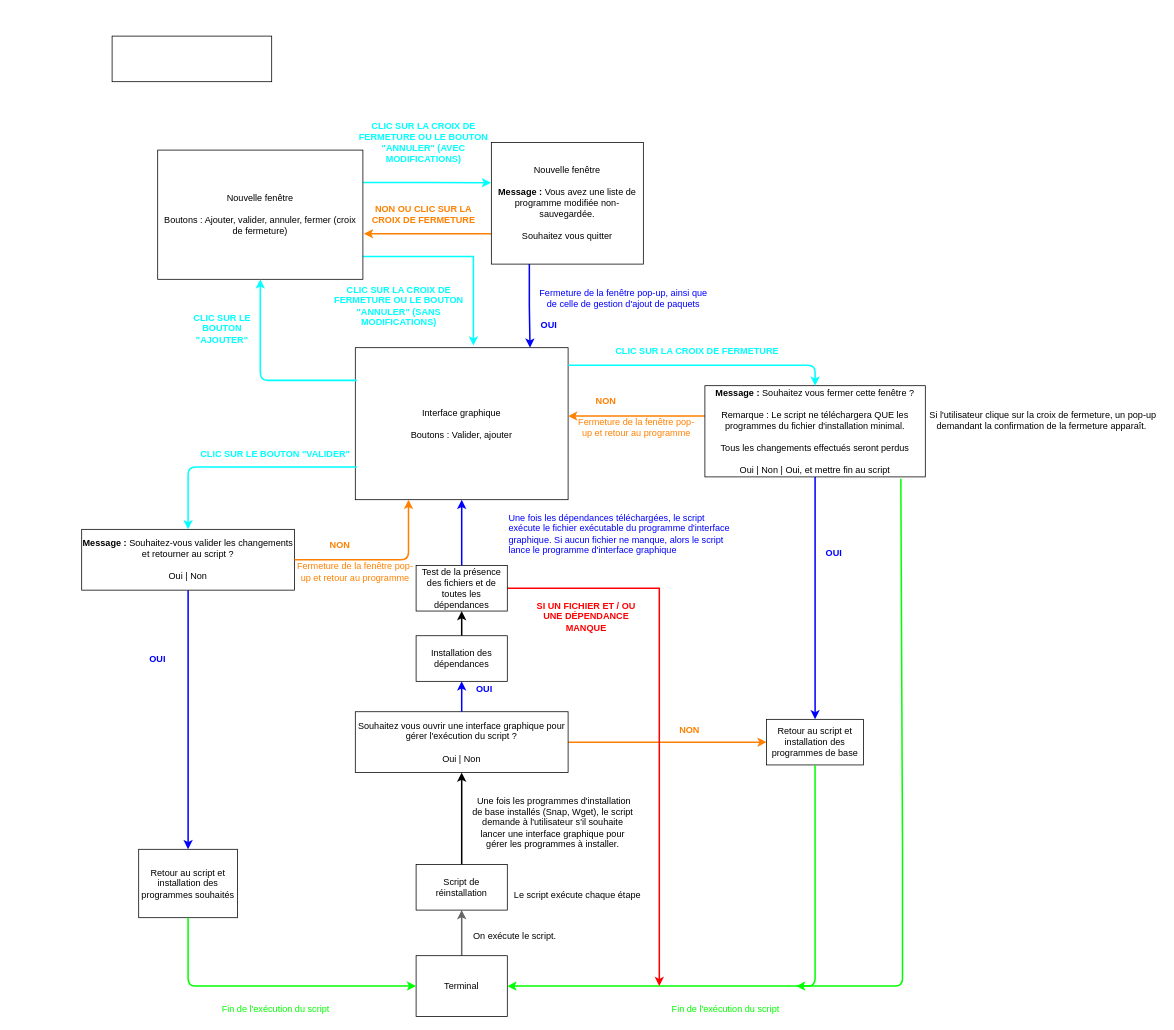
This is GUI/Interface graphique.drawio from DimitriObeid/Linux-reinstall, a draw.io file, before an edit. Source tidied: cells renumbered, new cells numbered last; positions are measured from the earlier drawing's top-left corner, leaving out a move shared by most shapes. Both pictures are drawn from the tidied source at 76%, with x=0, y=0 at pixel (81, 36).
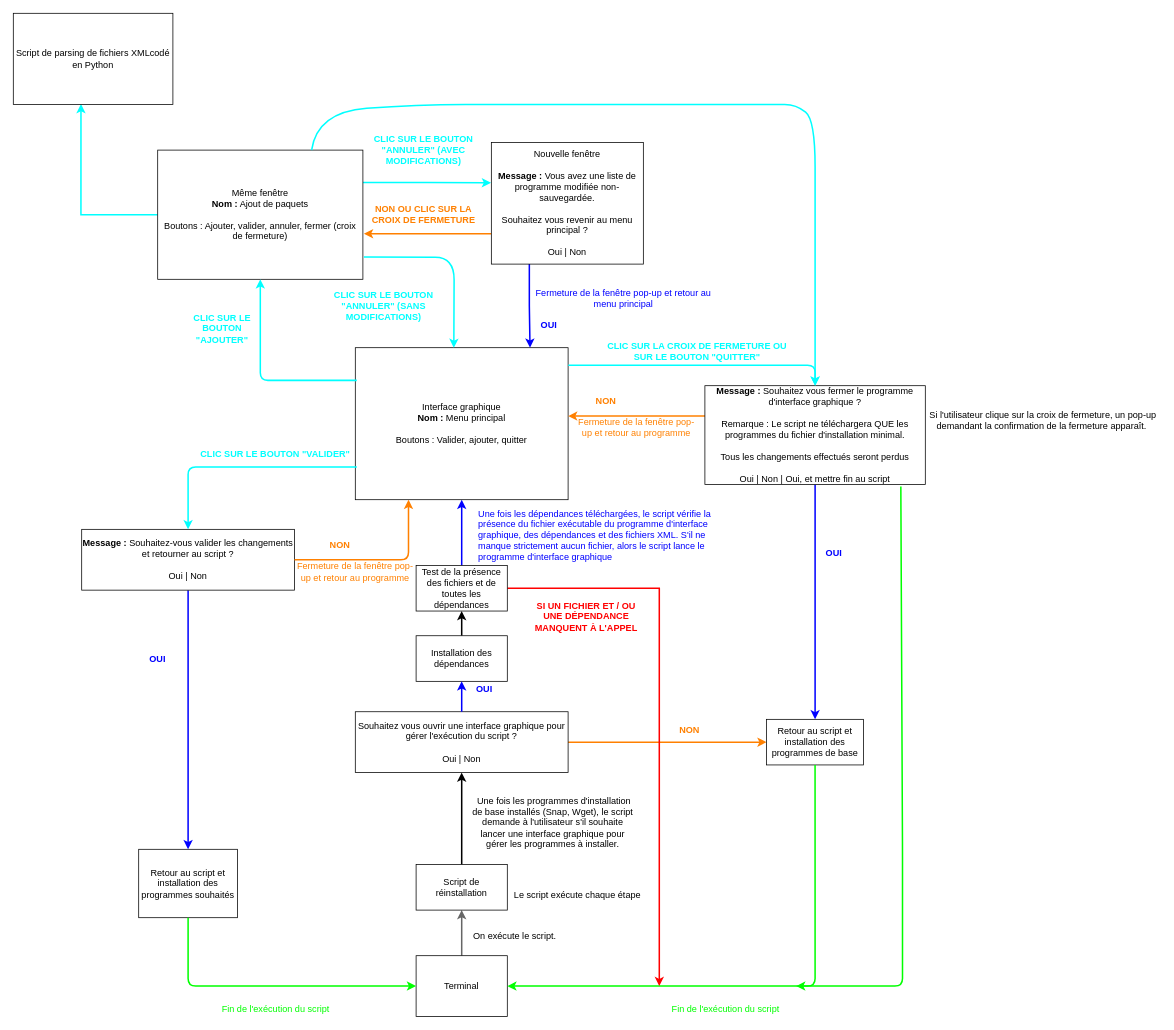
After the change.

Commit message (it also covers changes not shown here):
Ajout de l'extension ".txt" au fichier de code couleur, puis mise à jour du schéma

Diff of the diagram source:
```diff
@@
-    <mxCell id="10" value="Interface graphique&lt;br&gt;&lt;br&gt;Boutons : Valider, ajouter" style="rounded=0;whiteSpace=wrap;html=1;align=center;" parent="1" vertex="1">
+    <mxCell id="10" value="Interface graphique&lt;br&gt;&lt;b&gt;Nom :&lt;/b&gt; Menu principal&lt;br&gt;&lt;br&gt;Boutons : Valider, ajouter, quitter" style="rounded=0;whiteSpace=wrap;html=1;align=center;" parent="1" vertex="1">
       <mxGeometry x="360" y="410" width="280" height="200" as="geometry" />
     </mxCell>
@@
-    <mxCell id="12" value="&lt;font color=&quot;#0000ff&quot;&gt;Une fois les dépendances téléchargées, le script exécute le fichier exécutable du programme d'interface graphique. Si aucun fichier ne manque, alors le script lance le programme d'interface graphique&lt;/font&gt;" style="text;html=1;strokeColor=none;fillColor=none;align=left;verticalAlign=middle;whiteSpace=wrap;rounded=0;" parent="1" vertex="1">
-      <mxGeometry x="560" y="620" width="300" height="70" as="geometry" />
+    <mxCell id="12" value="&lt;font color=&quot;#0000ff&quot;&gt;Une fois les dépendances téléchargées, le script vérifie la présence du fichier exécutable du programme d'interface graphique, des dépendances et des fichiers XML. S'il ne manque strictement aucun fichier, alors le script lance le programme d'interface graphique&lt;/font&gt;" style="text;html=1;strokeColor=none;fillColor=none;align=left;verticalAlign=middle;whiteSpace=wrap;rounded=0;" parent="1" vertex="1">
+      <mxGeometry x="520" y="616.5" width="310" height="80" as="geometry" />
     </mxCell>
@@
-    <mxCell id="16" value="&lt;b&gt;Message :&lt;/b&gt; Souhaitez vous fermer cette fenêtre ?&lt;br&gt;&lt;br&gt;Remarque : Le script ne téléchargera QUE les programmes du fichier d'installation minimal.&lt;br&gt;&lt;br&gt;Tous les changements effectués seront perdus&lt;br&gt;&lt;br&gt;&lt;div&gt;Oui | Non | Oui, et mettre fin au script&lt;/div&gt;" style="rounded=0;whiteSpace=wrap;html=1;" parent="1" vertex="1">
-      <mxGeometry x="820" y="460" width="290" height="120" as="geometry" />
+    <mxCell id="16" value="&lt;b&gt;Message :&lt;/b&gt; Souhaitez vous fermer le programme d'interface graphique ?&lt;br&gt;&lt;br&gt;Remarque : Le script ne téléchargera QUE les programmes du fichier d'installation minimal.&lt;br&gt;&lt;br&gt;Tous les changements effectués seront perdus&lt;br&gt;&lt;br&gt;&lt;div&gt;Oui | Non | Oui, et mettre fin au script&lt;/div&gt;" style="rounded=0;whiteSpace=wrap;html=1;" parent="1" vertex="1">
+      <mxGeometry x="820" y="460" width="290" height="130" as="geometry" />
     </mxCell>
@@
-    <mxCell id="28" value="&lt;b&gt;&lt;font color=&quot;#00ffff&quot;&gt;CLIC SUR LA CROIX DE FERMETURE&lt;/font&gt;&lt;/b&gt;" style="text;html=1;strokeColor=none;fillColor=none;align=center;verticalAlign=middle;whiteSpace=wrap;rounded=0;" parent="1" vertex="1">
+    <mxCell id="28" value="&lt;b&gt;&lt;font color=&quot;#00ffff&quot;&gt;CLIC SUR LA CROIX DE FERMETURE OU SUR LE BOUTON &quot;QUITTER&quot;&lt;/font&gt;&lt;/b&gt;" style="text;html=1;strokeColor=none;fillColor=none;align=center;verticalAlign=middle;whiteSpace=wrap;rounded=0;" parent="1" vertex="1">
       <mxGeometry x="690" y="390" width="240" height="50" as="geometry" />
     </mxCell>
@@
-    <mxCell id="39" style="edgeStyle=orthogonalEdgeStyle;rounded=0;jettySize=auto;html=1;entryX=0.555;entryY=-0.014;entryDx=0;entryDy=0;entryPerimeter=0;strokeWidth=2;strokeColor=#00FFFF;" parent="1" edge="1" source="41" target="10">
-      <mxGeometry relative="1" as="geometry">
-        <Array as="points">
-          <mxPoint x="235" y="290" />
-          <mxPoint x="515" y="290" />
-        </Array>
-      </mxGeometry>
-    </mxCell>
@@
+    <mxCell id="60" style="edgeStyle=orthogonalEdgeStyle;rounded=0;jettySize=auto;html=1;strokeColor=#00FFFF;exitX=0;exitY=0.5;exitDx=0;exitDy=0;entryX=0.424;entryY=0.994;entryDx=0;entryDy=0;entryPerimeter=0;strokeWidth=2;" parent="1" edge="1" source="41" target="57">
+      <mxGeometry relative="1" as="geometry" />
+    </mxCell>
-    <mxCell id="41" value="Nouvelle fenêtre&lt;br&gt;&lt;br&gt;Boutons : Ajouter, valider, annuler, fermer (croix de fermeture)" style="rounded=0;whiteSpace=wrap;html=1;" parent="1" vertex="1">
+    <mxCell id="41" value="Même fenêtre&lt;br&gt;&lt;b&gt;Nom :&lt;/b&gt; Ajout de paquets&lt;br&gt;&lt;br&gt;Boutons : Ajouter, valider, annuler, fermer (croix de fermeture)" style="rounded=0;whiteSpace=wrap;html=1;" parent="1" vertex="1">
       <mxGeometry x="100" y="150" width="270" height="170" as="geometry" />
     </mxCell>
@@
-    <mxCell id="43" value="&lt;b&gt;&lt;font color=&quot;#00ffff&quot;&gt;CLIC SUR LA CROIX DE FERMETURE OU LE BOUTON &quot;ANNULER&quot; (SANS MODIFICATIONS)&lt;/font&gt;&lt;/b&gt;" style="text;html=1;strokeColor=none;fillColor=none;align=center;verticalAlign=middle;whiteSpace=wrap;rounded=0;" parent="1" vertex="1">
-      <mxGeometry x="320" y="310" width="195" height="90" as="geometry" />
+    <mxCell id="43" value="&lt;b&gt;&lt;font color=&quot;#00ffff&quot;&gt;CLIC SUR LE BOUTON &quot;ANNULER&quot; (SANS MODIFICATIONS)&lt;/font&gt;&lt;/b&gt;" style="text;html=1;strokeColor=none;fillColor=none;align=center;verticalAlign=middle;whiteSpace=wrap;rounded=0;" parent="1" vertex="1">
+      <mxGeometry x="300" y="310" width="195" height="90" as="geometry" />
     </mxCell>
-    <mxCell id="44" value="&lt;b&gt;&lt;font color=&quot;#00ffff&quot;&gt;CLIC SUR LA CROIX DE FERMETURE OU LE BOUTON &quot;ANNULER&quot; (AVEC MODIFICATIONS)&lt;/font&gt;&lt;/b&gt;" style="text;html=1;strokeColor=none;fillColor=none;align=center;verticalAlign=middle;whiteSpace=wrap;rounded=0;" parent="1" vertex="1">
-      <mxGeometry x="350" y="110" width="200" height="60" as="geometry" />
+    <mxCell id="44" value="&lt;b&gt;&lt;font color=&quot;#00ffff&quot;&gt;CLIC SUR LE BOUTON &quot;ANNULER&quot; (AVEC MODIFICATIONS)&lt;/font&gt;&lt;/b&gt;" style="text;html=1;strokeColor=none;fillColor=none;align=center;verticalAlign=middle;whiteSpace=wrap;rounded=0;" parent="1" vertex="1">
+      <mxGeometry x="350" y="120" width="200" height="60" as="geometry" />
     </mxCell>
@@
-    <mxCell id="48" value="Nouvelle fenêtre&lt;br&gt;&lt;br&gt;&lt;b&gt;Message :&lt;/b&gt; Vous avez une liste de programme modifiée non-sauvegardée.&lt;br&gt;&lt;br&gt;Souhaitez vous quitter" style="rounded=0;whiteSpace=wrap;html=1;" parent="1" vertex="1">
+    <mxCell id="48" value="Nouvelle fenêtre&lt;br&gt;&lt;br&gt;&lt;b&gt;Message :&lt;/b&gt; Vous avez une liste de programme modifiée non-sauvegardée.&lt;br&gt;&lt;br&gt;Souhaitez vous revenir au menu principal ?&lt;br&gt;&lt;br&gt;Oui | Non" style="rounded=0;whiteSpace=wrap;html=1;" parent="1" vertex="1">
       <mxGeometry x="539" y="140" width="200" height="160" as="geometry" />
     </mxCell>
@@
-    <mxCell id="56" value="&lt;b&gt;&lt;font color=&quot;#ff0000&quot;&gt;SI UN FICHIER ET / OU UNE DÉPENDANCE MANQUE&lt;/font&gt;&lt;/b&gt;" style="text;html=1;strokeColor=none;fillColor=none;align=center;verticalAlign=middle;whiteSpace=wrap;rounded=0;" parent="1" vertex="1">
+    <mxCell id="56" value="&lt;b&gt;&lt;font color=&quot;#ff0000&quot;&gt;SI UN FICHIER ET / OU UNE DÉPENDANCE MANQUENT À L'APPEL&lt;/font&gt;&lt;/b&gt;" style="text;html=1;strokeColor=none;fillColor=none;align=center;verticalAlign=middle;whiteSpace=wrap;rounded=0;" parent="1" vertex="1">
       <mxGeometry x="589" y="738" width="150" height="51" as="geometry" />
     </mxCell>
-    <mxCell id="57" style="rounded=0;whiteSpace=wrap;html=1;" parent="1" vertex="1">
-      <mxGeometry x="40" width="210" height="60" as="geometry" />
+    <mxCell id="57" value="Script de parsing de fichiers XMLcodé en Python" style="rounded=0;whiteSpace=wrap;html=1;" parent="1" vertex="1">
+      <mxGeometry x="-90" y="-30" width="210" height="120" as="geometry" />
     </mxCell>
-    <mxCell id="58" value="&lt;font color=&quot;#0000ff&quot;&gt;Fermeture de la fenêtre pop-up, ainsi que de celle de gestion d'ajout de paquets&lt;/font&gt;" style="text;html=1;strokeColor=none;fillColor=none;align=center;verticalAlign=middle;whiteSpace=wrap;rounded=0;" parent="1" vertex="1">
+    <mxCell id="58" value="&lt;font color=&quot;#0000ff&quot;&gt;Fermeture de la fenêtre pop-up et retour au menu principal&lt;/font&gt;" style="text;html=1;strokeColor=none;fillColor=none;align=center;verticalAlign=middle;whiteSpace=wrap;rounded=0;" parent="1" vertex="1">
       <mxGeometry x="594.5" y="320" width="235.5" height="50" as="geometry" />
     </mxCell>
@@
+    <mxCell id="39" style="curved=1;endArrow=classic;html=1;strokeColor=#00FFFF;strokeWidth=2;entryX=0.463;entryY=0.001;entryDx=0;entryDy=0;entryPerimeter=0;exitX=1.005;exitY=0.828;exitDx=0;exitDy=0;exitPerimeter=0;" parent="1" edge="1" source="41" target="10">
+      <mxGeometry relative="1" as="geometry">
+        <Array as="points">
+          <mxPoint x="440" y="291" />
+          <mxPoint x="490" y="291" />
+          <mxPoint x="490" y="350" />
+        </Array>
+      </mxGeometry>
+    </mxCell>
+    <mxCell id="61" style="curved=1;endArrow=classic;html=1;strokeColor=#00FFFF;strokeWidth=2;exitX=0.75;exitY=0;exitDx=0;exitDy=0;entryX=0.5;entryY=0;entryDx=0;entryDy=0;" parent="1" edge="1" source="41" target="16">
+      <mxGeometry relative="1" as="geometry">
+        <Array as="points">
+          <mxPoint x="310" y="100" />
+          <mxPoint x="440" y="90" />
+          <mxPoint x="570" y="90" />
+          <mxPoint x="910" y="90" />
+          <mxPoint x="940" y="90" />
+          <mxPoint x="965" y="110" />
+          <mxPoint x="965" y="235" />
+        </Array>
+      </mxGeometry>
+    </mxCell>
```
